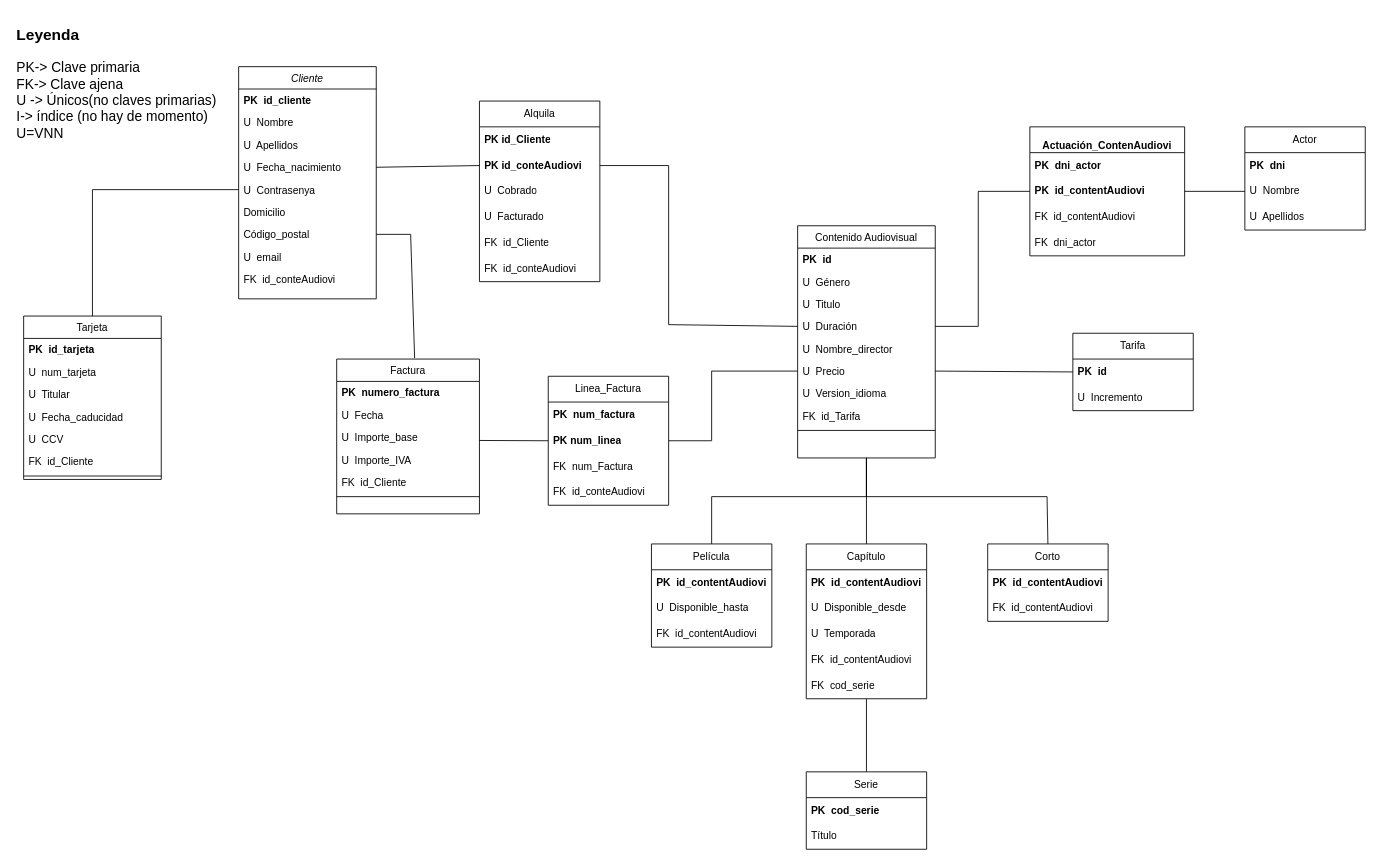
The draw.io diagram Modelo Relacional.drawio in Ivanmontesinos21/Proyecto_MiraVereda, before the edit. Source tidied: cells renumbered, new cells numbered last; positions are measured from the earlier drawing's top-left corner, leaving out a move shared by most shapes. Both pictures are drawn from the tidied source at 86%, with x=0, y=0 at pixel (15, 15).
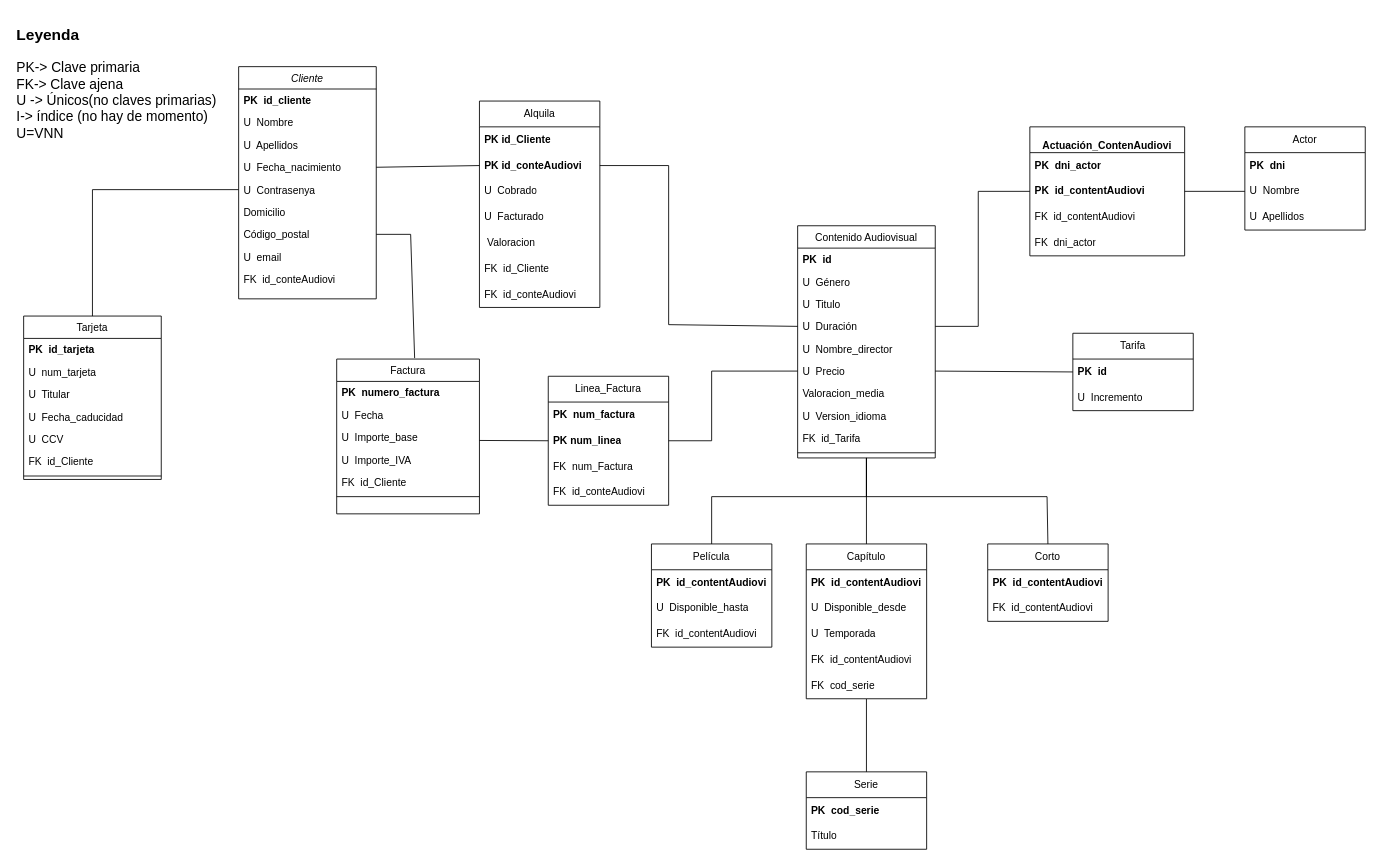
Above is the later version.

Commit message:
Modificado la tabla contenido_audiovisual y alquila poniendo valoracion

Unchanged cells that the change refers to:
```xml
<mxCell id="20" value="Contenido Audiovisual" style="swimlane;fontStyle=0;align=center;verticalAlign=top;horizontal=1;startSize=26;rounded=0;shadow=0;strokeWidth=1;" parent="1" vertex="1">
  <mxGeometry x="910" y="245" width="160" height="270" as="geometry" />
</mxCell>
```

Change to the diagram source:
```diff
@@
+    <mxCell id="91" value="Valoracion_media" style="text;align=left;verticalAlign=top;spacingLeft=4;spacingRight=4;overflow=hidden;" parent="20" vertex="1">
+      <mxGeometry y="182" width="160" height="26" as="geometry" />
+    </mxCell>
     <mxCell id="27" value="U  Version_idioma" style="text;align=left;verticalAlign=top;spacingLeft=4;spacingRight=4;overflow=hidden;" parent="20" vertex="1">
-      <mxGeometry y="182" width="160" height="26" as="geometry" />
+      <mxGeometry y="208" width="160" height="26" as="geometry" />
     </mxCell>
     <mxCell id="28" value="FK  id_Tarifa" style="text;align=left;verticalAlign=top;spacingLeft=4;spacingRight=4;overflow=hidden;rounded=0;shadow=0;html=0;" parent="20" vertex="1">
-      <mxGeometry y="208" width="160" height="26" as="geometry" />
+      <mxGeometry y="234" width="160" height="26" as="geometry" />
     </mxCell>
     <mxCell id="29" style="line;html=1;strokeWidth=1;align=left;verticalAlign=middle;spacingTop=-1;spacingLeft=3;spacingRight=3;labelPosition=right;" parent="20" vertex="1">
-      <mxGeometry y="234" width="160" height="8" as="geometry" />
+      <mxGeometry y="260" width="160" height="8" as="geometry" />
     </mxCell>
@@
     <mxCell id="59" value="Alquila" style="swimlane;fontStyle=0;horizontal=1;startSize=30;whiteSpace=wrap;html=1;" parent="1" vertex="1">
-      <mxGeometry x="540" y="100" width="140" height="210" as="geometry" />
+      <mxGeometry x="540" y="100" width="140" height="240" as="geometry" />
     </mxCell>
@@
+    <mxCell id="92" value="&amp;nbsp;Valoracion" style="text;strokeColor=none;fillColor=none;align=left;verticalAlign=middle;spacingLeft=4;spacingRight=4;overflow=hidden;whiteSpace=wrap;html=1;" parent="59" vertex="1">
+      <mxGeometry y="150" width="140" height="30" as="geometry" />
+    </mxCell>
     <mxCell id="64" value="FK&amp;nbsp; id_Cliente" style="text;strokeColor=none;fillColor=none;align=left;verticalAlign=middle;spacingLeft=4;spacingRight=4;overflow=hidden;whiteSpace=wrap;html=1;" parent="59" vertex="1">
-      <mxGeometry y="150" width="140" height="30" as="geometry" />
+      <mxGeometry y="180" width="140" height="30" as="geometry" />
     </mxCell>
     <mxCell id="65" value="FK&amp;nbsp; id_conteAudiovi" style="text;strokeColor=none;fillColor=none;align=left;verticalAlign=middle;spacingLeft=4;spacingRight=4;overflow=hidden;whiteSpace=wrap;html=1;" parent="59" vertex="1">
-      <mxGeometry y="180" width="140" height="30" as="geometry" />
+      <mxGeometry y="210" width="140" height="30" as="geometry" />
     </mxCell>
```
